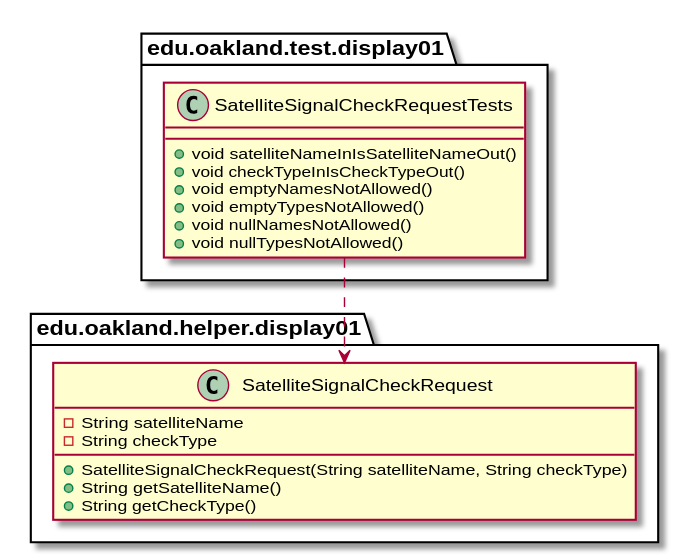
andrewdimmer/csi-3370-software-project keeps this PlantUML diagram as docs/uml-class-diagrams/display01/test/SatelliteSignalCheckRequestTests/SatelliteSignalCheckRequestTests_DirectDependencies.svg. Above is the earlier version.
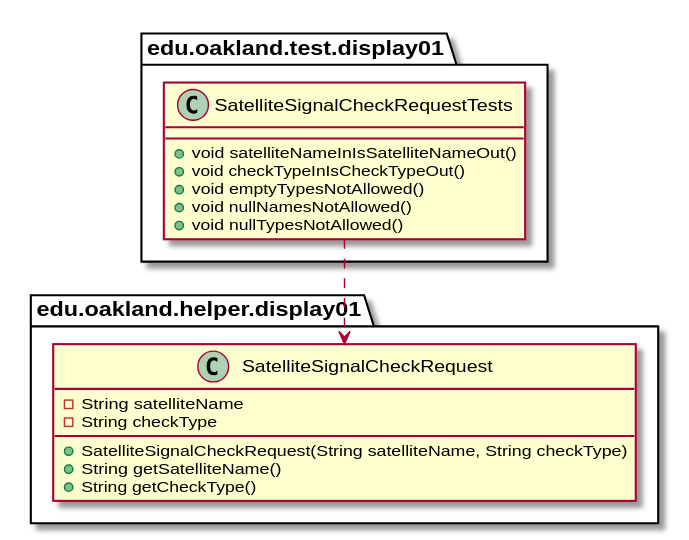
Above is the later version.

The edit, as a diff of the source:
```diff
@@ -5,7 +5,6 @@
   class SatelliteSignalCheckRequestTests {
     + void satelliteNameInIsSatelliteNameOut()
     + void checkTypeInIsCheckTypeOut()
-    + void emptyNamesNotAllowed()
     + void emptyTypesNotAllowed()
     + void nullNamesNotAllowed()
     + void nullTypesNotAllowed()
```
